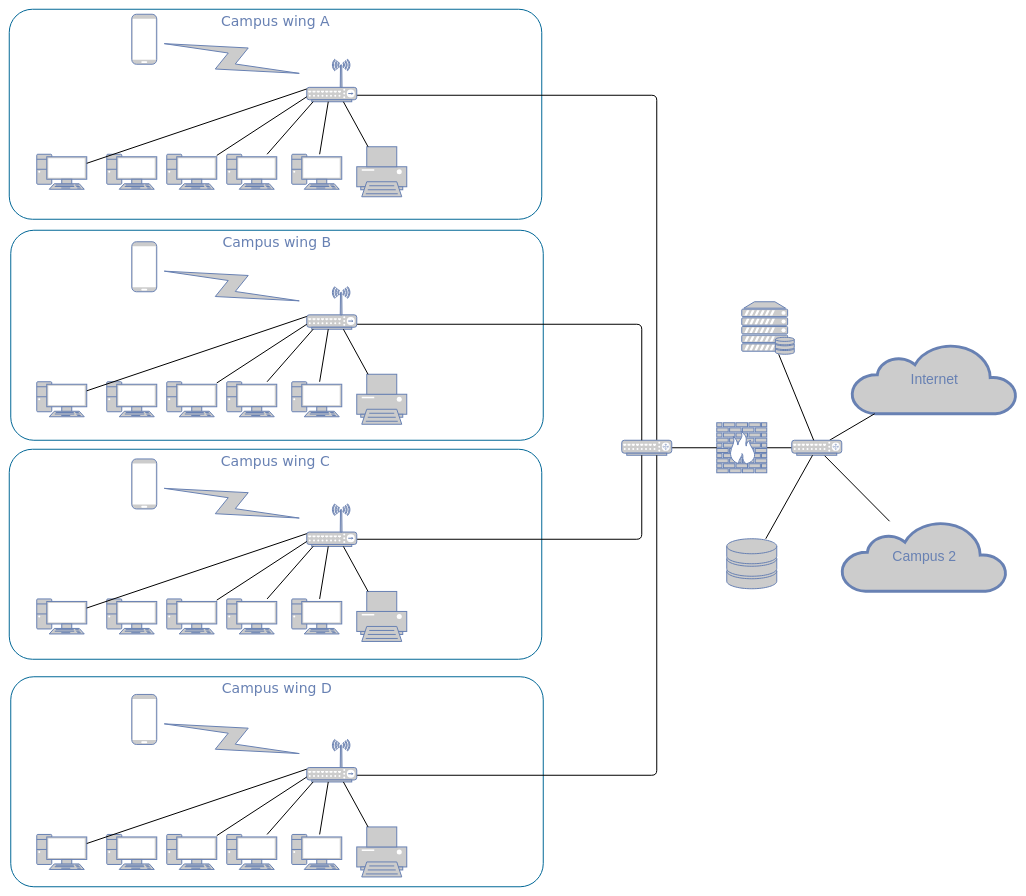
Earlier version of the draw.io diagram OfficeNetwork.drawio (OGFRANKOFEAST/Wordle). Source tidied: cells renumbered, new cells numbered last; positions are measured from the earlier drawing's top-left corner, leaving out a move shared by most shapes. Both pictures are drawn from the tidied source at 50%, with x=0, y=0 at pixel (9, 9).
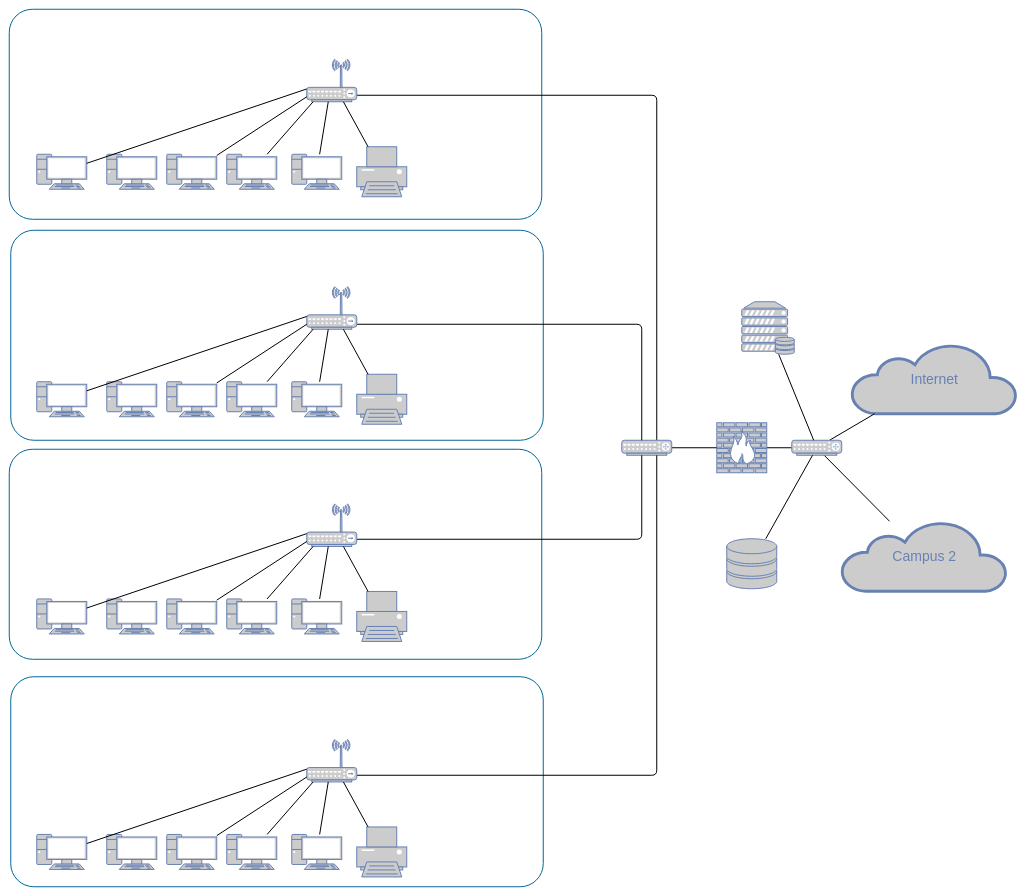
Above is the later version.

Unchanged cells that the change refers to:
```xml
<mxCell id="17" style="fontColor=#0066CC;verticalAlign=top;verticalLabelPosition=bottom;labelPosition=center;align=center;html=1;fillColor=#CCCCCC;strokeColor=#6881B3;gradientColor=none;gradientDirection=north;strokeWidth=2;shape=mxgraph.networks.wireless_hub;rounded=0;shadow=0;comic=0;" parent="1" vertex="1">
  <mxGeometry x="595" y="100" width="100" height="85" as="geometry" />
</mxCell>
<mxCell id="32" style="fontColor=#0066CC;verticalAlign=top;verticalLabelPosition=bottom;labelPosition=center;align=center;html=1;fillColor=#CCCCCC;strokeColor=#6881B3;gradientColor=none;gradientDirection=north;strokeWidth=2;shape=mxgraph.networks.wireless_hub;rounded=0;shadow=0;comic=0;" parent="1" vertex="1">
  <mxGeometry x="595" y="555" width="100" height="85" as="geometry" />
</mxCell>
<mxCell id="47" style="fontColor=#0066CC;verticalAlign=top;verticalLabelPosition=bottom;labelPosition=center;align=center;html=1;fillColor=#CCCCCC;strokeColor=#6881B3;gradientColor=none;gradientDirection=north;strokeWidth=2;shape=mxgraph.networks.wireless_hub;rounded=0;shadow=0;comic=0;" parent="1" vertex="1">
  <mxGeometry x="595" y="989.4" width="100" height="85" as="geometry" />
</mxCell>
<mxCell id="70" style="fontColor=#0066CC;verticalAlign=top;verticalLabelPosition=bottom;labelPosition=center;align=center;html=1;fillColor=#CCCCCC;strokeColor=#6881B3;gradientColor=none;gradientDirection=north;strokeWidth=2;shape=mxgraph.networks.wireless_hub;rounded=0;shadow=0;comic=0;" parent="1" vertex="1">
  <mxGeometry x="595" y="1460.4" width="100" height="85" as="geometry" />
</mxCell>
```

Diff of the diagram source:
```diff
@@
-    <mxCell id="2" value="Campus wing D" style="rounded=1;whiteSpace=wrap;html=1;shadow=0;comic=0;strokeColor=#036897;strokeWidth=2;fillColor=none;fontFamily=Verdana;fontSize=28;fontColor=#6881B3;align=center;arcSize=11;verticalAlign=top;" parent="1" vertex="1">
+    <mxCell id="2" style="rounded=1;whiteSpace=wrap;html=1;shadow=0;comic=0;strokeColor=#036897;strokeWidth=2;fillColor=none;fontFamily=Verdana;fontSize=28;fontColor=#6881B3;align=center;arcSize=11;verticalAlign=top;" parent="1" vertex="1">
       <mxGeometry x="3" y="1335" width="1065" height="420" as="geometry" />
     </mxCell>
-    <mxCell id="3" value="Campus wing C" style="rounded=1;whiteSpace=wrap;html=1;shadow=0;comic=0;strokeColor=#036897;strokeWidth=2;fillColor=none;fontFamily=Verdana;fontSize=28;fontColor=#6881B3;align=center;arcSize=11;verticalAlign=top;" parent="1" vertex="1">
+    <mxCell id="3" style="rounded=1;whiteSpace=wrap;html=1;shadow=0;comic=0;strokeColor=#036897;strokeWidth=2;fillColor=none;fontFamily=Verdana;fontSize=28;fontColor=#6881B3;align=center;arcSize=11;verticalAlign=top;" parent="1" vertex="1">
       <mxGeometry y="880" width="1065" height="420" as="geometry" />
     </mxCell>
-    <mxCell id="4" value="Campus wing B" style="rounded=1;whiteSpace=wrap;html=1;shadow=0;comic=0;strokeColor=#036897;strokeWidth=2;fillColor=none;fontFamily=Verdana;fontSize=28;fontColor=#6881B3;align=center;arcSize=11;verticalAlign=top;" parent="1" vertex="1">
+    <mxCell id="4" style="rounded=1;whiteSpace=wrap;html=1;shadow=0;comic=0;strokeColor=#036897;strokeWidth=2;fillColor=none;fontFamily=Verdana;fontSize=28;fontColor=#6881B3;align=center;arcSize=11;verticalAlign=top;" parent="1" vertex="1">
       <mxGeometry x="3" y="442" width="1065" height="420" as="geometry" />
     </mxCell>
-    <mxCell id="5" value="Campus wing A" style="rounded=1;whiteSpace=wrap;html=1;shadow=0;comic=0;strokeColor=#036897;strokeWidth=2;fillColor=none;fontFamily=Verdana;fontSize=28;fontColor=#6881B3;align=center;arcSize=11;verticalAlign=top;" parent="1" vertex="1">
+    <mxCell id="5" style="rounded=1;whiteSpace=wrap;html=1;shadow=0;comic=0;strokeColor=#036897;strokeWidth=2;fillColor=none;fontFamily=Verdana;fontSize=28;fontColor=#6881B3;align=center;arcSize=11;verticalAlign=top;" parent="1" vertex="1">
       <mxGeometry width="1065" height="420" as="geometry" />
     </mxCell>
@@
-    <mxCell id="23" style="html=1;fillColor=#CCCCCC;strokeColor=#6881B3;gradientColor=none;gradientDirection=north;strokeWidth=2;shape=mxgraph.networks.comm_link_edge;html=1;labelBackgroundColor=none;endArrow=none;endFill=0;fontFamily=Verdana;fontSize=20;" parent="1" edge="1" source="17" target="24">
-      <mxGeometry relative="1" as="geometry" />
-    </mxCell>
-    <mxCell id="24" style="fontColor=#0066CC;verticalAlign=top;verticalLabelPosition=bottom;labelPosition=center;align=center;html=1;fillColor=#CCCCCC;strokeColor=#6881B3;gradientColor=none;gradientDirection=north;strokeWidth=2;shape=mxgraph.networks.mobile;rounded=0;shadow=0;comic=0;" parent="1" vertex="1">
-      <mxGeometry x="245" y="10" width="50" height="100" as="geometry" />
-    </mxCell>
@@
-    <mxCell id="38" style="html=1;fillColor=#CCCCCC;strokeColor=#6881B3;gradientColor=none;gradientDirection=north;strokeWidth=2;shape=mxgraph.networks.comm_link_edge;html=1;labelBackgroundColor=none;endArrow=none;endFill=0;fontFamily=Verdana;fontSize=20;" parent="1" edge="1" source="32" target="39">
-      <mxGeometry relative="1" as="geometry" />
-    </mxCell>
-    <mxCell id="39" style="fontColor=#0066CC;verticalAlign=top;verticalLabelPosition=bottom;labelPosition=center;align=center;html=1;fillColor=#CCCCCC;strokeColor=#6881B3;gradientColor=none;gradientDirection=north;strokeWidth=2;shape=mxgraph.networks.mobile;rounded=0;shadow=0;comic=0;" parent="1" vertex="1">
-      <mxGeometry x="245" y="465" width="50" height="100" as="geometry" />
-    </mxCell>
@@
-    <mxCell id="53" style="html=1;fillColor=#CCCCCC;strokeColor=#6881B3;gradientColor=none;gradientDirection=north;strokeWidth=2;shape=mxgraph.networks.comm_link_edge;html=1;labelBackgroundColor=none;endArrow=none;endFill=0;fontFamily=Verdana;fontSize=20;" parent="1" edge="1" source="47" target="54">
-      <mxGeometry relative="1" as="geometry" />
-    </mxCell>
-    <mxCell id="54" style="fontColor=#0066CC;verticalAlign=top;verticalLabelPosition=bottom;labelPosition=center;align=center;html=1;fillColor=#CCCCCC;strokeColor=#6881B3;gradientColor=none;gradientDirection=north;strokeWidth=2;shape=mxgraph.networks.mobile;rounded=0;shadow=0;comic=0;" parent="1" vertex="1">
-      <mxGeometry x="245" y="899.4" width="50" height="100" as="geometry" />
-    </mxCell>
@@
-    <mxCell id="76" style="html=1;fillColor=#CCCCCC;strokeColor=#6881B3;gradientColor=none;gradientDirection=north;strokeWidth=2;shape=mxgraph.networks.comm_link_edge;html=1;labelBackgroundColor=none;endArrow=none;endFill=0;fontFamily=Verdana;fontSize=20;" parent="1" edge="1" source="70" target="77">
-      <mxGeometry relative="1" as="geometry" />
-    </mxCell>
-    <mxCell id="77" style="fontColor=#0066CC;verticalAlign=top;verticalLabelPosition=bottom;labelPosition=center;align=center;html=1;fillColor=#CCCCCC;strokeColor=#6881B3;gradientColor=none;gradientDirection=north;strokeWidth=2;shape=mxgraph.networks.mobile;rounded=0;shadow=0;comic=0;" parent="1" vertex="1">
-      <mxGeometry x="245" y="1370.4" width="50" height="100" as="geometry" />
-    </mxCell>
```
